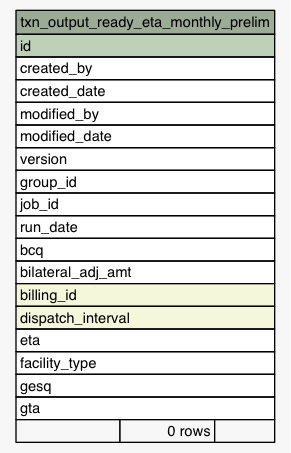
This is Data/settlement/diagrams/summary/txn_output_ready_eta_monthly_prelim.1degree.png from eyana-m/python-data-dictionary-writer, a Graphviz export, as it was before one commit. Its source is kept beside it as Data/settlement/diagrams/summary/txn_output_ready_eta_monthly_prelim.1degree.dot. Source of this version:
```dot
digraph "txn_output_ready_eta_monthly_prelim" {
  graph [
    rankdir="RL"
    bgcolor="#f7f7f7"
    nodesep="0.18"
    ranksep="0.46"
    fontname="Helvetica"
    fontsize="11"
  ];
  node [
    fontname="Helvetica"
    fontsize="11"
    shape="plaintext"
  ];
  edge [
    arrowsize="0.8"
  ];
  "txn_output_ready_eta_monthly_prelim" [
    label=<
    <TABLE BORDER="0" CELLBORDER="1" CELLSPACING="0" BGCOLOR="#ffffff">
      <TR><TD COLSPAN="3" BGCOLOR="#9bab96" ALIGN="CENTER">txn_output_ready_eta_monthly_prelim</TD></TR>
      <TR><TD PORT="id" COLSPAN="3" BGCOLOR="#bed1b8" ALIGN="LEFT">id</TD></TR>
      <TR><TD PORT="created_by" COLSPAN="3" ALIGN="LEFT">created_by</TD></TR>
      <TR><TD PORT="created_date" COLSPAN="3" ALIGN="LEFT">created_date</TD></TR>
      <TR><TD PORT="modified_by" COLSPAN="3" ALIGN="LEFT">modified_by</TD></TR>
      <TR><TD PORT="modified_date" COLSPAN="3" ALIGN="LEFT">modified_date</TD></TR>
      <TR><TD PORT="version" COLSPAN="3" ALIGN="LEFT">version</TD></TR>
      <TR><TD PORT="group_id" COLSPAN="3" ALIGN="LEFT">group_id</TD></TR>
      <TR><TD PORT="job_id" COLSPAN="3" ALIGN="LEFT">job_id</TD></TR>
      <TR><TD PORT="run_date" COLSPAN="3" ALIGN="LEFT">run_date</TD></TR>
      <TR><TD PORT="bcq" COLSPAN="3" ALIGN="LEFT">bcq</TD></TR>
      <TR><TD PORT="bilateral_adj_amt" COLSPAN="3" ALIGN="LEFT">bilateral_adj_amt</TD></TR>
      <TR><TD PORT="billing_id" COLSPAN="3" BGCOLOR="#f4f7da" ALIGN="LEFT">billing_id</TD></TR>
      <TR><TD PORT="dispatch_interval" COLSPAN="3" BGCOLOR="#f4f7da" ALIGN="LEFT">dispatch_interval</TD></TR>
      <TR><TD PORT="eta" COLSPAN="3" ALIGN="LEFT">eta</TD></TR>
      <TR><TD PORT="facility_type" COLSPAN="3" ALIGN="LEFT">facility_type</TD></TR>
      <TR><TD PORT="gesq" COLSPAN="3" ALIGN="LEFT">gesq</TD></TR>
      <TR><TD PORT="gta" COLSPAN="3" ALIGN="LEFT">gta</TD></TR>
      <TR><TD ALIGN="LEFT" BGCOLOR="#f7f7f7">  </TD><TD ALIGN="RIGHT" BGCOLOR="#f7f7f7">0 rows</TD><TD ALIGN="RIGHT" BGCOLOR="#f7f7f7">  </TD></TR>
    </TABLE>>
    URL="tables/txn_output_ready_eta_monthly_prelim.html"
    tooltip="txn_output_ready_eta_monthly_prelim"
  ];
}
```
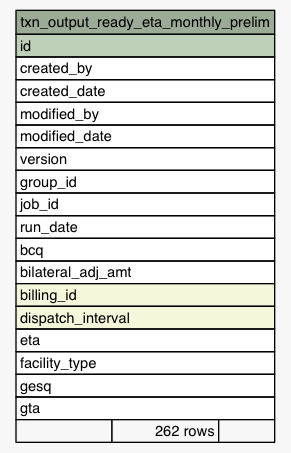
Later version of the same file.

Diff of the diagram source:
```diff
@@ -36,7 +36,7 @@
       <TR><TD PORT="facility_type" COLSPAN="3" ALIGN="LEFT">facility_type</TD></TR>
       <TR><TD PORT="gesq" COLSPAN="3" ALIGN="LEFT">gesq</TD></TR>
       <TR><TD PORT="gta" COLSPAN="3" ALIGN="LEFT">gta</TD></TR>
-      <TR><TD ALIGN="LEFT" BGCOLOR="#f7f7f7">  </TD><TD ALIGN="RIGHT" BGCOLOR="#f7f7f7">0 rows</TD><TD ALIGN="RIGHT" BGCOLOR="#f7f7f7">  </TD></TR>
+      <TR><TD ALIGN="LEFT" BGCOLOR="#f7f7f7">  </TD><TD ALIGN="RIGHT" BGCOLOR="#f7f7f7">262 rows</TD><TD ALIGN="RIGHT" BGCOLOR="#f7f7f7">  </TD></TR>
     </TABLE>>
     URL="tables/txn_output_ready_eta_monthly_prelim.html"
     tooltip="txn_output_ready_eta_monthly_prelim"
```
